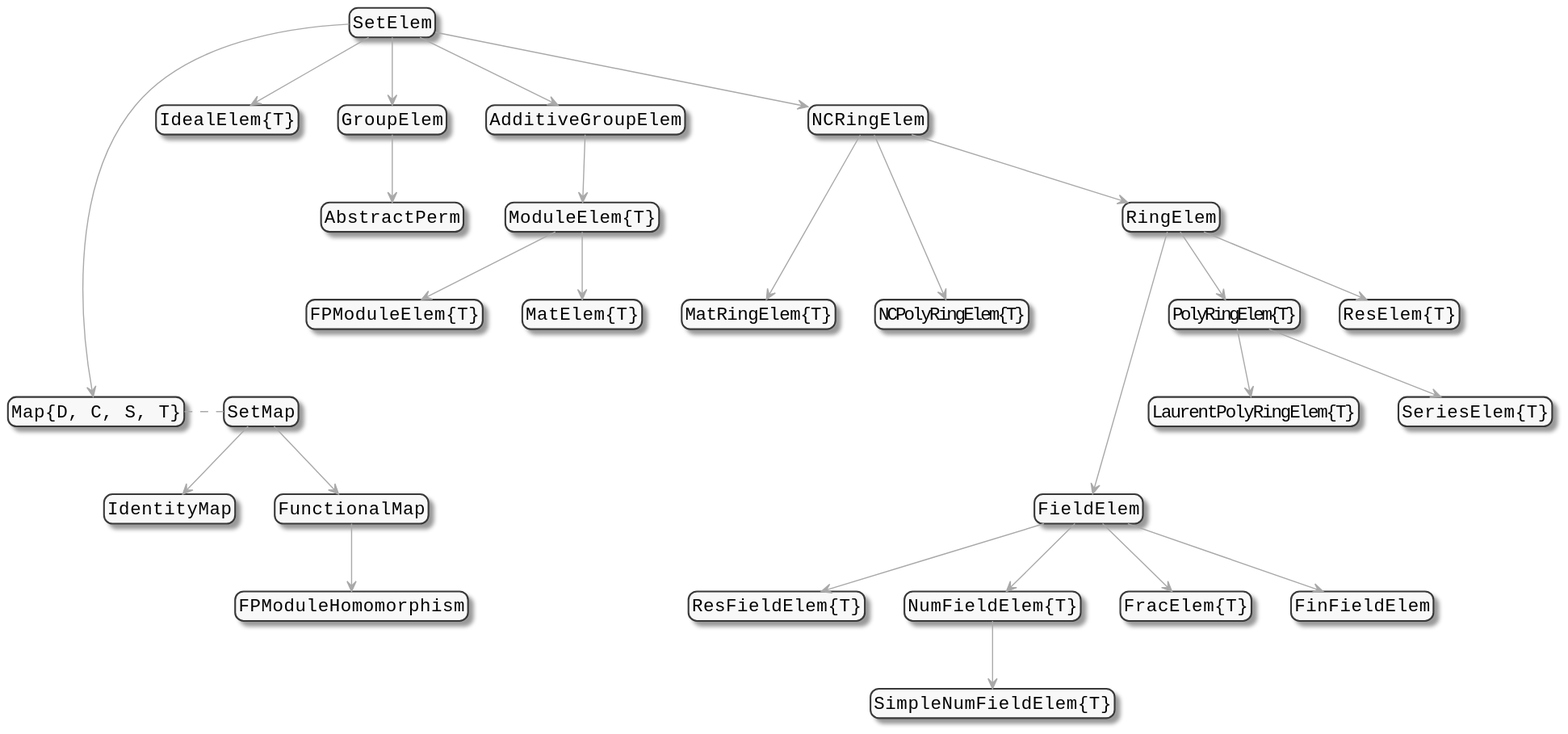
oscar-system/OscarDocumentation keeps this PlantUML diagram as previews/PR6250/AbstractAlgebra/assets/elements_diagram.svg. Above is the earlier version. Source of this version:
```plantuml
@startuml
skinparam monochrome true
skinparam defaultFontName Monospaced
skinparam defaultFontSize 16
skinparam objectArrowColor DarkGray
skinparam RoundCorner 15


"SetElem" -down-> "IdealElem{T}"

"SetElem" -down----> "Map{D, C, S, T}"
"Map{D, C, S, T}" .right. "SetMap"
"SetMap" -down-> "IdentityMap"
"SetMap" -down-> "FunctionalMap"
"FunctionalMap" -down-> "FPModuleHomomorphism"

"SetElem" -down-> "GroupElem"
"GroupElem" -down-> "AbstractPerm"

"SetElem" -down-> "AdditiveGroupElem"
"AdditiveGroupElem" -down-> "ModuleElem{T}"
"ModuleElem{T}" -down-> "FPModuleElem{T}"
"ModuleElem{T}" -down-> "MatElem{T}"

"SetElem" -down-> "NCRingElem"
"NCRingElem" -down--> "MatRingElem{T}"
"NCRingElem" -down--> "NCPolyRingElem{T}"
"NCRingElem" -down-> "RingElem"

"RingElem" -down-> "PolyRingElem{T}"
"PolyRingElem{T}" -down-> "SeriesElem{T}"
"PolyRingElem{T}" -down-> "LaurentPolyRingElem{T}"
"RingElem" -down-> "ResElem{T}"
"RingElem" -down---> "FieldElem"

"FieldElem" -down-> "FinFieldElem"
"FieldElem" -down-> "ResFieldElem{T}"
"FieldElem" -down-> "NumFieldElem{T}"
"NumFieldElem{T}" -down-> "SimpleNumFieldElem{T}"
"FieldElem" -down-> "FracElem{T}"

hide members
hide circle

@enduml
```
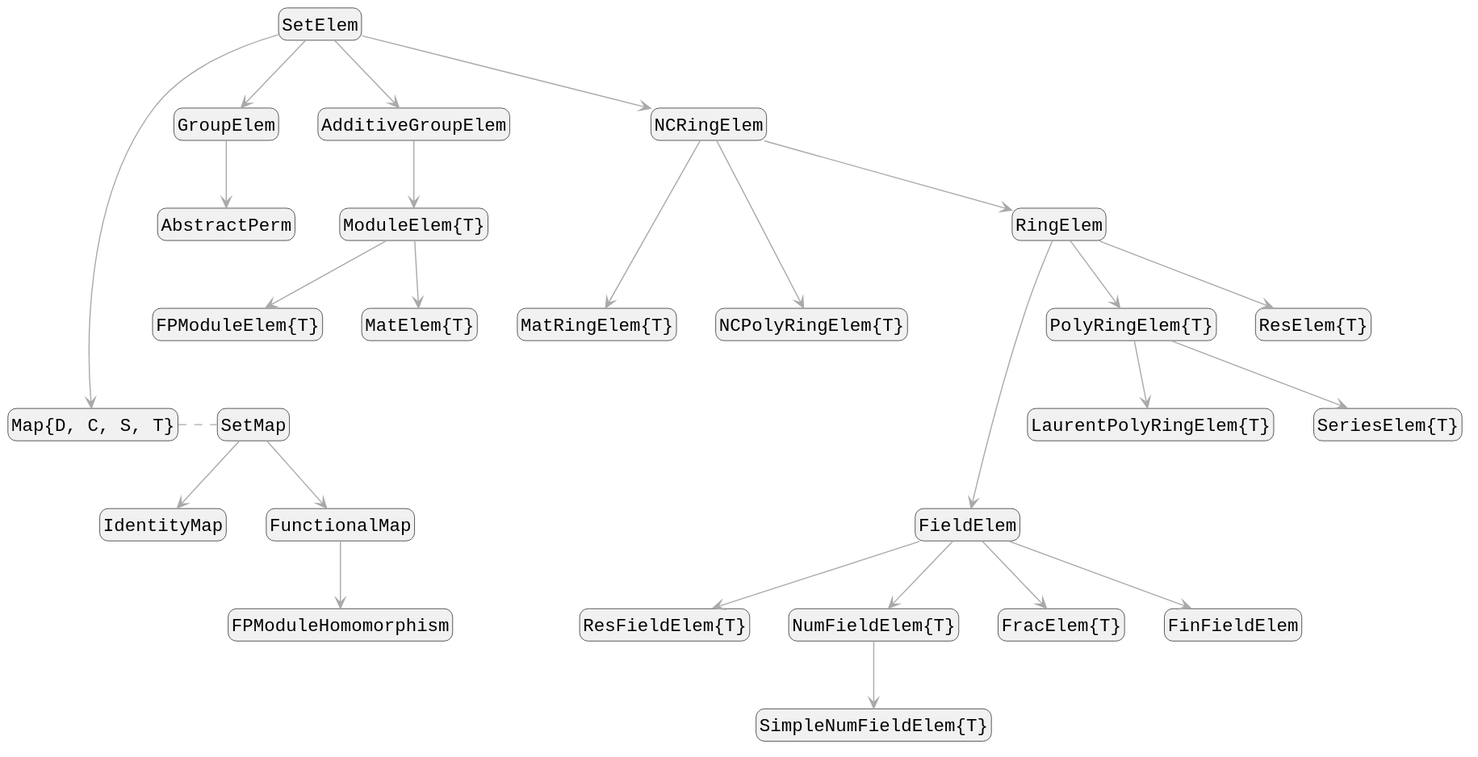
After the commit.

The edit, as a diff of the source:
```diff
@@ -4,9 +4,6 @@
 skinparam defaultFontSize 16
 skinparam objectArrowColor DarkGray
 skinparam RoundCorner 15
-
-
-"SetElem" -down-> "IdealElem{T}"
 
 "SetElem" -down----> "Map{D, C, S, T}"
 "Map{D, C, S, T}" .right. "SetMap"
@@ -41,5 +38,4 @@
 
 hide members
 hide circle
-
 @enduml
```
